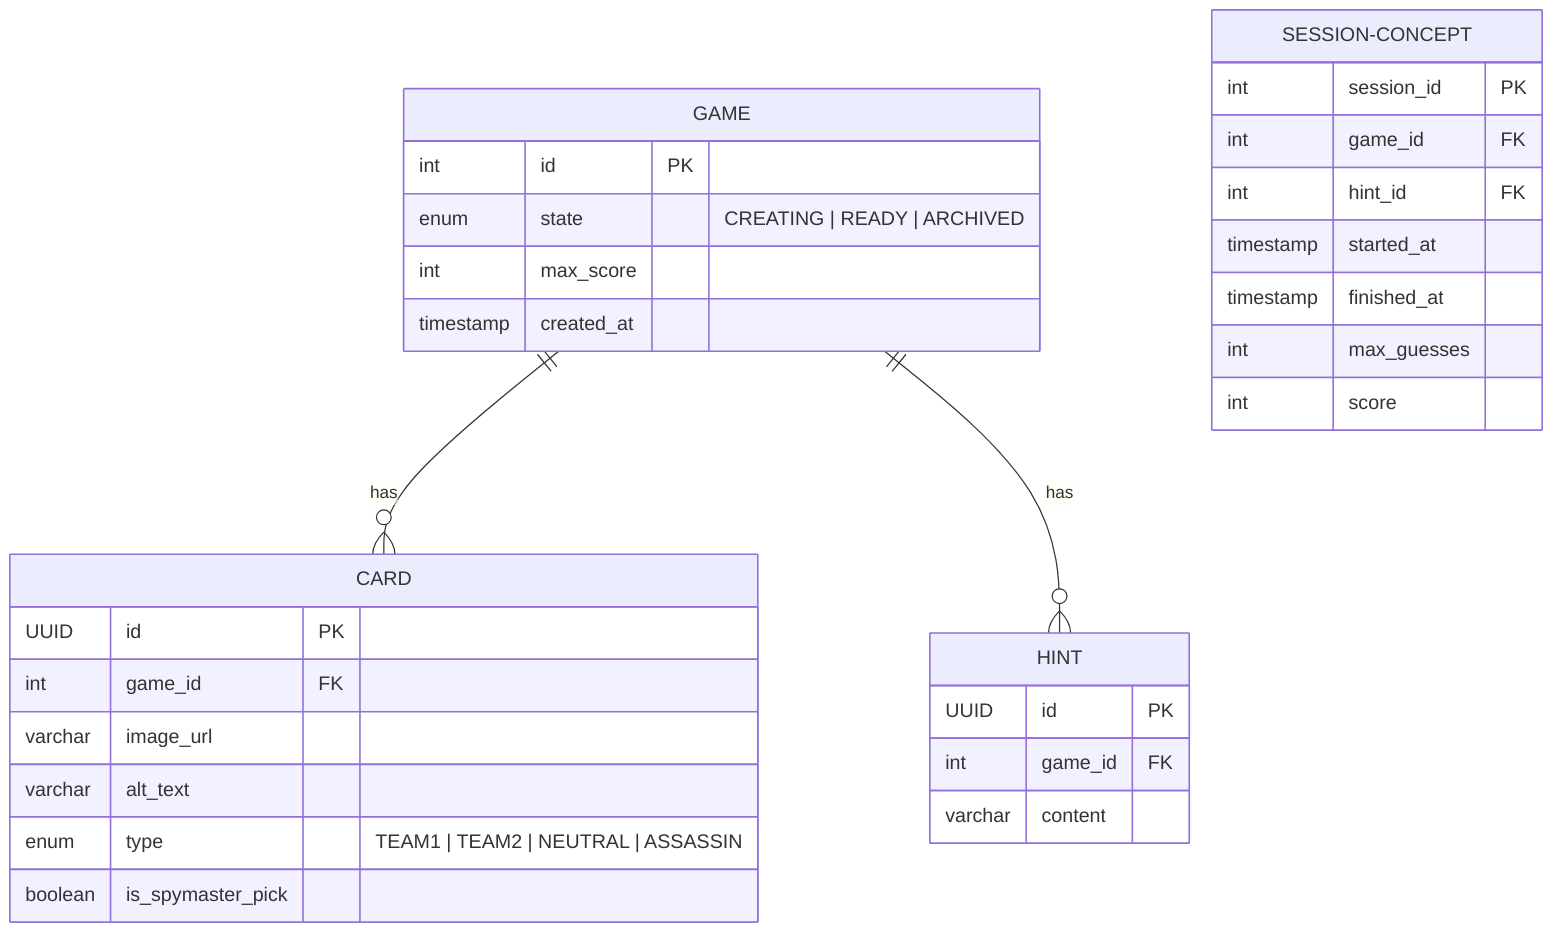
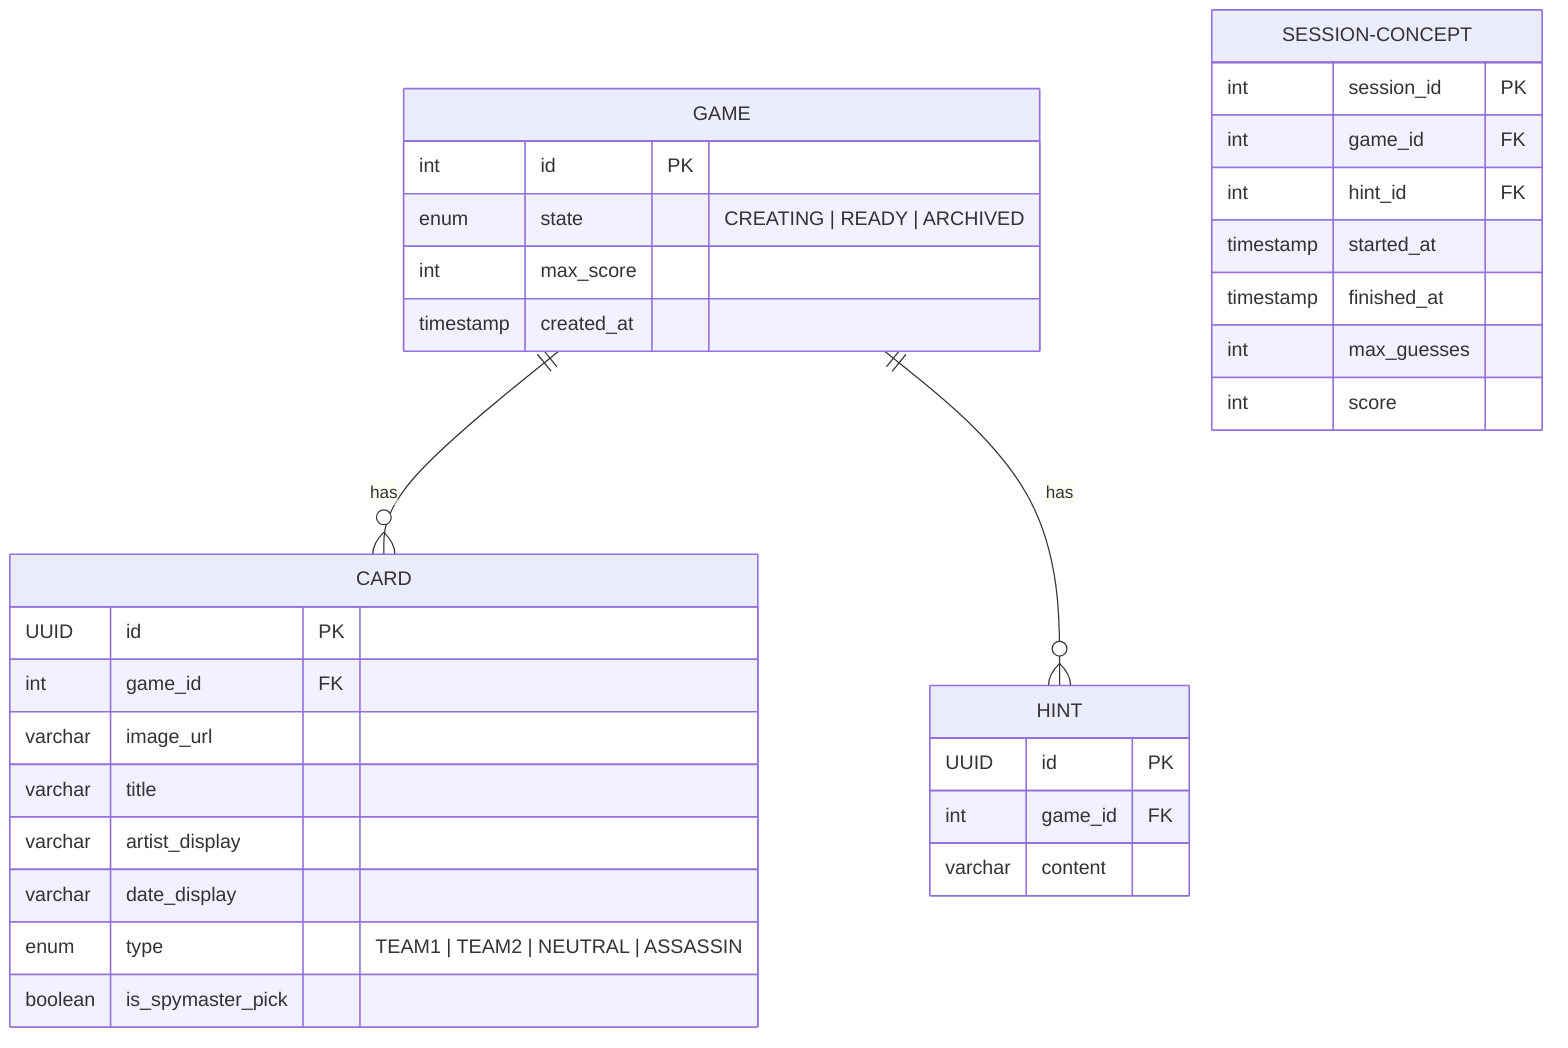
erDiagram
  GAME ||--o{ CARD : has
  GAME ||--o{ HINT : has

  GAME {
    int id PK
    enum state "CREATING | READY | ARCHIVED"
    int max_score
    timestamp created_at
  }

  CARD {
    UUID id PK
    int game_id FK
    varchar image_url
-     varchar alt_text
+     varchar title
+     varchar artist_display
+     varchar date_display
    enum type "TEAM1 | TEAM2 | NEUTRAL | ASSASSIN"
    boolean is_spymaster_pick
  }

  HINT {
    UUID id PK
    int game_id FK
    varchar content
  }

  SESSION-CONCEPT {
    int session_id PK
    int game_id FK
    int hint_id FK
    timestamp started_at
    timestamp finished_at
    int max_guesses
    int score
  }
